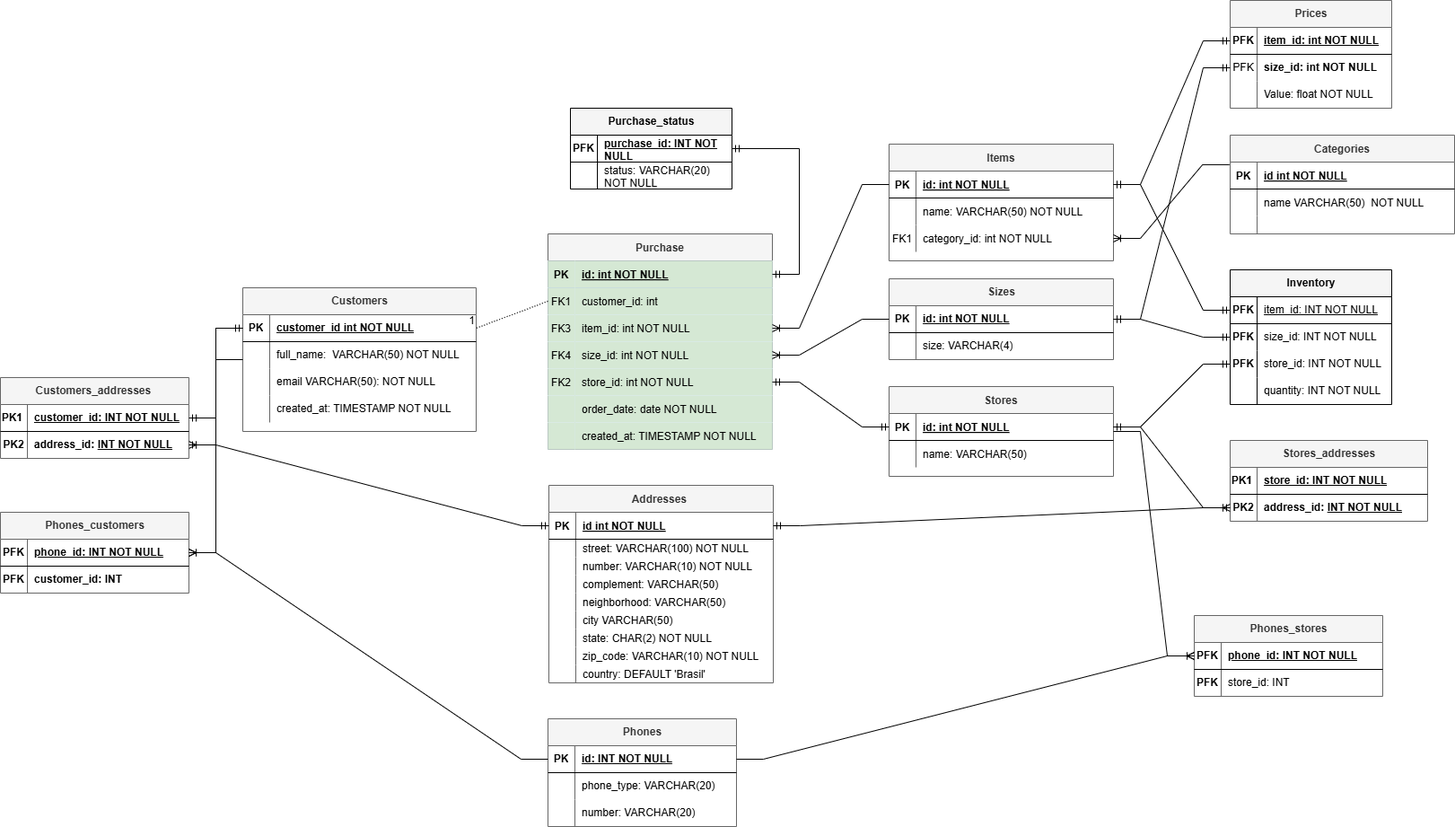
Above: E_commerce_OLTP_schema.png in ruancastro/e-commercy-database (draw.io), before the change. Source tidied: cells renumbered, new cells last; positions are measured from the earlier drawing's top-left corner, leaving out a move shared by most shapes.
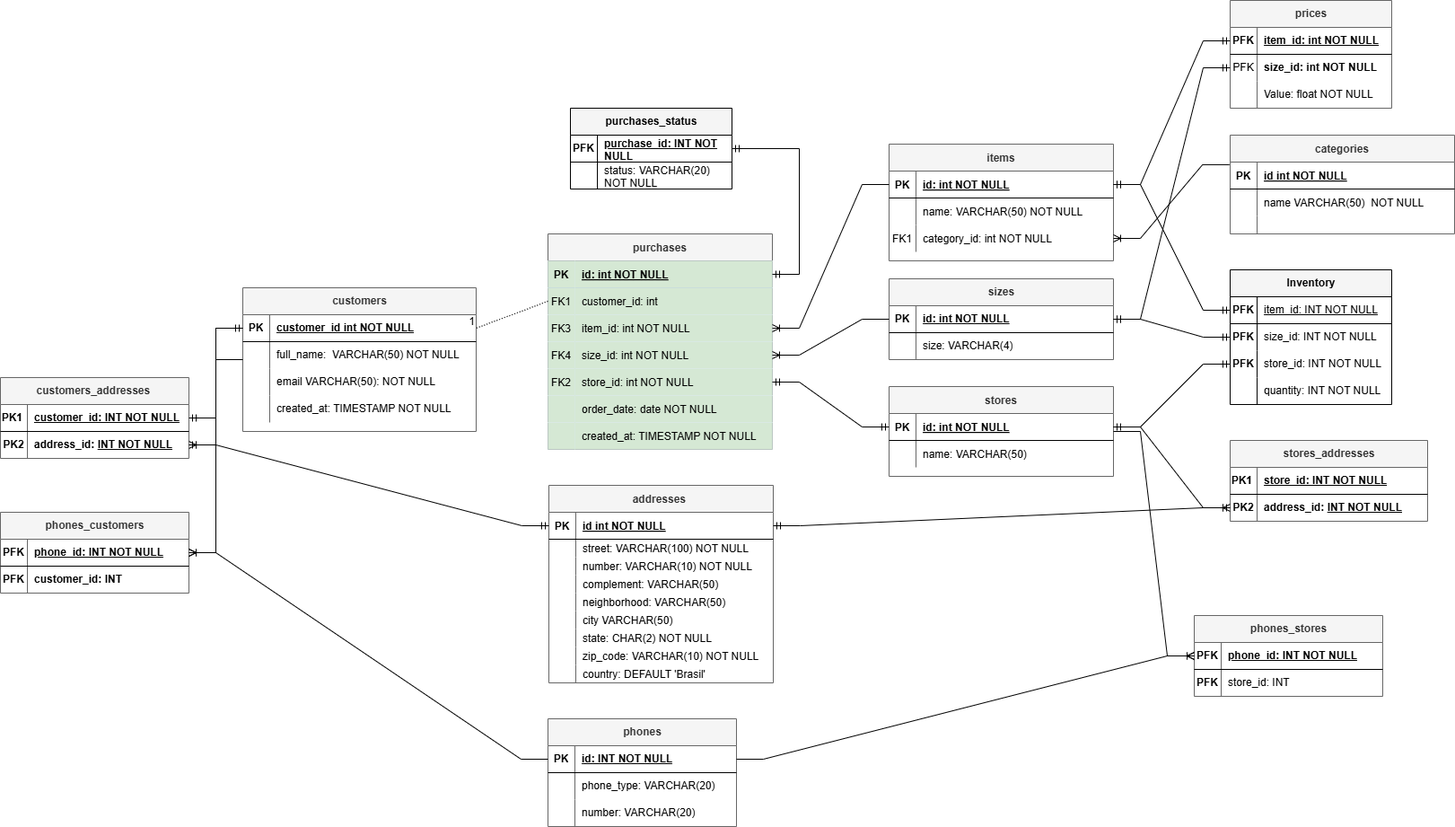
Later version of the same file.

Commit message:
adjusting some names and backpopulates

The edit, as a diff of the source:
```diff
@@ -2,7 +2,7 @@
   <root>
     <mxCell id="0" />
     <mxCell id="1" parent="0" />
-    <mxCell id="2" value="Stores" style="shape=table;startSize=30;rowLines=0;fontStyle=1;align=center;fillColor=#f5f5f5;fontColor=#333333;strokeColor=#666666;" parent="1" vertex="1">
+    <mxCell id="2" value="stores" style="shape=table;startSize=30;rowLines=0;fontStyle=1;align=center;fillColor=#f5f5f5;fontColor=#333333;strokeColor=#666666;" parent="1" vertex="1">
       <mxGeometry x="990" y="430" width="250" height="100" as="geometry" />
     </mxCell>
     <mxCell id="3" style="shape=partialRectangle;fillColor=none;points=[[0,0.5],[1,0.5]];portConstraint=eastwest;top=0;left=0;right=0;bottom=1;" parent="2" vertex="1">
@@ -23,7 +23,7 @@
     <mxCell id="8" value="name: VARCHAR(50)  " style="shape=partialRectangle;overflow=hidden;fillColor=none;top=0;left=0;bottom=0;right=0;align=left;spacingLeft=6;" parent="6" vertex="1">
       <mxGeometry x="30" width="220" height="30" as="geometry" />
     </mxCell>
-    <mxCell id="9" value="Purchase" style="shape=table;startSize=30;rowLines=0;fontStyle=1;align=center;fillColor=#f5f5f5;fontColor=#333333;strokeColor=#666666;" parent="1" vertex="1">
+    <mxCell id="9" value="purchases" style="shape=table;startSize=30;rowLines=0;fontStyle=1;align=center;fillColor=#f5f5f5;fontColor=#333333;strokeColor=#666666;" parent="1" vertex="1">
       <mxGeometry x="610" y="260" width="250" height="240" as="geometry" />
     </mxCell>
     <mxCell id="10" style="shape=partialRectangle;fillColor=#dae8fc;points=[[0,0.5],[1,0.5]];portConstraint=eastwest;top=0;left=0;right=0;bottom=1;strokeColor=#6c8ebf;" parent="9" vertex="1">
@@ -89,7 +89,7 @@
     <mxCell id="30" value="created_at: TIMESTAMP NOT NULL" style="shape=partialRectangle;overflow=hidden;fillColor=#d5e8d4;top=0;left=0;bottom=0;right=0;align=left;spacingLeft=6;strokeColor=#82b366;" parent="28" vertex="1">
       <mxGeometry x="30" width="220" height="30" as="geometry" />
     </mxCell>
-    <mxCell id="31" value="Items" style="shape=table;startSize=30;rowLines=0;fontStyle=1;align=center;fillColor=#f5f5f5;fontColor=#333333;strokeColor=#666666;" parent="1" vertex="1">
+    <mxCell id="31" value="items" style="shape=table;startSize=30;rowLines=0;fontStyle=1;align=center;fillColor=#f5f5f5;fontColor=#333333;strokeColor=#666666;" parent="1" vertex="1">
       <mxGeometry x="990" y="160" width="250" height="130" as="geometry" />
     </mxCell>
     <mxCell id="32" style="shape=partialRectangle;fillColor=none;points=[[0,0.5],[1,0.5]];portConstraint=eastwest;top=0;left=0;right=0;bottom=1;" parent="31" vertex="1">
@@ -119,7 +119,7 @@
     <mxCell id="40" value="category_id: int NOT NULL" style="shape=partialRectangle;overflow=hidden;fillColor=none;top=0;left=0;bottom=0;right=0;align=left;spacingLeft=6;" parent="38" vertex="1">
       <mxGeometry x="30" width="220" height="30" as="geometry" />
     </mxCell>
-    <mxCell id="41" value="Categories" style="shape=table;startSize=30;rowLines=0;fontStyle=1;align=center;fillColor=#f5f5f5;fontColor=#333333;strokeColor=#666666;" parent="1" vertex="1">
+    <mxCell id="41" value="categories" style="shape=table;startSize=30;rowLines=0;fontStyle=1;align=center;fillColor=#f5f5f5;fontColor=#333333;strokeColor=#666666;" parent="1" vertex="1">
       <mxGeometry x="1370" y="150" width="250" height="110" as="geometry" />
     </mxCell>
     <mxCell id="42" style="shape=partialRectangle;fillColor=none;points=[[0,0.5],[1,0.5]];portConstraint=eastwest;top=0;left=0;right=0;bottom=1;" parent="41" vertex="1">
@@ -149,7 +149,7 @@
     <mxCell id="50" style="shape=partialRectangle;overflow=hidden;fillColor=none;top=0;left=0;bottom=0;right=0;align=left;spacingLeft=6;" parent="48" vertex="1">
       <mxGeometry x="30" width="220" height="20" as="geometry" />
     </mxCell>
-    <mxCell id="51" value="Addresses " style="shape=table;startSize=30;rowLines=0;fontStyle=1;align=center;fillColor=#f5f5f5;fontColor=#333333;strokeColor=#666666;" parent="1" vertex="1">
+    <mxCell id="51" value="addresses " style="shape=table;startSize=30;rowLines=0;fontStyle=1;align=center;fillColor=#f5f5f5;fontColor=#333333;strokeColor=#666666;" parent="1" vertex="1">
       <mxGeometry x="611" y="540" width="250" height="220" as="geometry" />
     </mxCell>
     <mxCell id="52" style="shape=partialRectangle;fillColor=none;top=0;left=0;right=0;bottom=1;" parent="51" vertex="1">
@@ -233,7 +233,7 @@
     <mxCell id="78" value="country: DEFAULT 'Brasil'" style="shape=partialRectangle;overflow=hidden;fillColor=none;top=0;left=0;bottom=0;right=0;align=left;spacingLeft=6;" parent="76" vertex="1">
       <mxGeometry x="30" width="220" height="20" as="geometry" />
     </mxCell>
-    <mxCell id="79" value="Customers" style="shape=table;startSize=30;rowLines=0;fontStyle=1;align=center;html=1;fillColor=#f5f5f5;fontColor=#333333;strokeColor=#666666;" parent="1" vertex="1">
+    <mxCell id="79" value="customers" style="shape=table;startSize=30;rowLines=0;fontStyle=1;align=center;html=1;fillColor=#f5f5f5;fontColor=#333333;strokeColor=#666666;" parent="1" vertex="1">
       <mxGeometry x="270" y="320" width="260" height="160" as="geometry" />
     </mxCell>
     <mxCell id="80" style="shape=tableRow;horizontal=0;startSize=0;swimlaneHead=0;swimlaneBody=0;fillColor=none;points=[[0,0.5],[1,0.5]];portConstraint=eastwest;top=0;left=0;right=0;bottom=1;" parent="79" vertex="1">
@@ -278,7 +278,7 @@
     <mxCell id="93" value="1" style="html=1;whiteSpace=wrap;align=right;verticalAlign=bottom;" parent="92" vertex="1">
       <mxGeometry x="1" relative="1" as="geometry" />
     </mxCell>
-    <mxCell id="94" value="Phones_customers" style="shape=table;startSize=30;rowLines=0;fontStyle=1;align=center;html=1;fillColor=#f5f5f5;fontColor=#333333;strokeColor=#666666;" parent="1" vertex="1">
+    <mxCell id="94" value="phones_customers" style="shape=table;startSize=30;rowLines=0;fontStyle=1;align=center;html=1;fillColor=#f5f5f5;fontColor=#333333;strokeColor=#666666;" parent="1" vertex="1">
       <mxGeometry y="570" width="210" height="90" as="geometry" />
     </mxCell>
     <mxCell id="95" style="shape=tableRow;horizontal=0;startSize=0;swimlaneHead=0;swimlaneBody=0;fillColor=none;points=[[0,0.5],[1,0.5]];portConstraint=eastwest;top=0;left=0;right=0;bottom=1;" parent="94" vertex="1">
@@ -302,7 +302,7 @@
     <mxCell id="101" style="edgeStyle=entityRelationEdgeStyle;fontSize=12;html=1;endArrow=ERoneToMany;rounded=0;exitX=-0.003;exitY=0.098;exitDx=0;exitDy=0;exitPerimeter=0;" parent="1" edge="1" source="42" target="38">
       <mxGeometry relative="1" as="geometry" />
     </mxCell>
-    <mxCell id="102" value="Customers_addresses&amp;nbsp;" style="shape=table;startSize=30;rowLines=0;fontStyle=1;align=center;html=1;fillColor=#f5f5f5;fontColor=#333333;strokeColor=#666666;" parent="1" vertex="1">
+    <mxCell id="102" value="customers_addresses&amp;nbsp;" style="shape=table;startSize=30;rowLines=0;fontStyle=1;align=center;html=1;fillColor=#f5f5f5;fontColor=#333333;strokeColor=#666666;" parent="1" vertex="1">
       <mxGeometry y="420" width="210" height="90" as="geometry" />
     </mxCell>
     <mxCell id="103" style="shape=tableRow;horizontal=0;startSize=0;swimlaneHead=0;swimlaneBody=0;fillColor=none;points=[[0,0.5],[1,0.5]];portConstraint=eastwest;top=0;left=0;right=0;bottom=1;" parent="102" vertex="1">
@@ -326,7 +326,7 @@
     <mxCell id="109" style="edgeStyle=entityRelationEdgeStyle;fontSize=12;html=1;endArrow=ERoneToMany;rounded=0;exitX=0;exitY=0.5;exitDx=0;exitDy=0;" parent="1" edge="1" source="80" target="106">
       <mxGeometry relative="1" as="geometry" />
     </mxCell>
-    <mxCell id="110" value="Stores_addresses" style="shape=table;startSize=30;rowLines=0;fontStyle=1;align=center;html=1;fillColor=#f5f5f5;fontColor=#333333;strokeColor=#666666;" parent="1" vertex="1">
+    <mxCell id="110" value="stores_addresses" style="shape=table;startSize=30;rowLines=0;fontStyle=1;align=center;html=1;fillColor=#f5f5f5;fontColor=#333333;strokeColor=#666666;" parent="1" vertex="1">
       <mxGeometry x="1370" y="490" width="220" height="90" as="geometry" />
     </mxCell>
     <mxCell id="111" style="shape=tableRow;horizontal=0;startSize=0;swimlaneHead=0;swimlaneBody=0;fillColor=none;top=0;left=0;right=0;bottom=1;" parent="110" vertex="1">
@@ -356,7 +356,7 @@
     <mxCell id="119" style="edgeStyle=entityRelationEdgeStyle;fontSize=12;html=1;endArrow=ERmandOne;startArrow=ERmandOne;rounded=0;exitX=1;exitY=0.5;exitDx=0;exitDy=0;" parent="1" edge="1" source="54" target="114">
       <mxGeometry relative="1" as="geometry" />
     </mxCell>
-    <mxCell id="120" value="Prices" style="shape=table;startSize=30;rowLines=0;fontStyle=1;align=center;html=1;fillColor=#f5f5f5;fontColor=#333333;strokeColor=#666666;" parent="1" vertex="1">
+    <mxCell id="120" value="prices" style="shape=table;startSize=30;rowLines=0;fontStyle=1;align=center;html=1;fillColor=#f5f5f5;fontColor=#333333;strokeColor=#666666;" parent="1" vertex="1">
       <mxGeometry x="1370" width="180" height="120" as="geometry" />
     </mxCell>
     <mxCell id="121" style="shape=tableRow;horizontal=0;startSize=0;swimlaneHead=0;swimlaneBody=0;fillColor=none;points=[[0,0.5],[1,0.5]];portConstraint=eastwest;top=0;left=0;right=0;bottom=1;" parent="120" vertex="1">
@@ -386,7 +386,7 @@
     <mxCell id="129" value="Value: float NOT NULL" style="shape=partialRectangle;fillColor=none;top=0;left=0;bottom=0;right=0;align=left;spacingLeft=6;overflow=hidden;whiteSpace=wrap;html=1;" parent="127" vertex="1">
       <mxGeometry x="30" width="150" height="30" as="geometry" />
     </mxCell>
-    <mxCell id="130" value="Sizes" style="shape=table;startSize=30;rowLines=0;fontStyle=1;align=center;html=1;fillColor=#f5f5f5;fontColor=#333333;strokeColor=#666666;" parent="1" vertex="1">
+    <mxCell id="130" value="sizes" style="shape=table;startSize=30;rowLines=0;fontStyle=1;align=center;html=1;fillColor=#f5f5f5;fontColor=#333333;strokeColor=#666666;" parent="1" vertex="1">
       <mxGeometry x="990" y="310" width="250" height="90" as="geometry" />
     </mxCell>
     <mxCell id="131" style="shape=tableRow;horizontal=0;startSize=0;swimlaneHead=0;swimlaneBody=0;fillColor=none;points=[[0,0.5],[1,0.5]];portConstraint=eastwest;top=0;left=0;right=0;bottom=1;" parent="130" vertex="1">
@@ -416,7 +416,7 @@
     <mxCell id="139" style="edgeStyle=entityRelationEdgeStyle;fontSize=12;html=1;endArrow=ERmandOne;startArrow=ERmandOne;rounded=0;" parent="1" edge="1" source="32" target="121">
       <mxGeometry relative="1" as="geometry" />
     </mxCell>
-    <mxCell id="140" value="Phones" style="shape=table;startSize=30;rowLines=0;fontStyle=1;align=center;html=1;fillColor=#f5f5f5;fontColor=#333333;strokeColor=#666666;" parent="1" vertex="1">
+    <mxCell id="140" value="phones" style="shape=table;startSize=30;rowLines=0;fontStyle=1;align=center;html=1;fillColor=#f5f5f5;fontColor=#333333;strokeColor=#666666;" parent="1" vertex="1">
       <mxGeometry x="610" y="800" width="210" height="120" as="geometry" />
     </mxCell>
     <mxCell id="141" style="shape=tableRow;horizontal=0;startSize=0;swimlaneHead=0;swimlaneBody=0;fillColor=none;points=[[0,0.5],[1,0.5]];portConstraint=eastwest;top=0;left=0;right=0;bottom=1;" parent="140" vertex="1">
@@ -449,7 +449,7 @@
     <mxCell id="150" style="edgeStyle=entityRelationEdgeStyle;fontSize=12;html=1;endArrow=ERoneToMany;rounded=0;" parent="1" edge="1" source="141" target="95">
       <mxGeometry relative="1" as="geometry" />
     </mxCell>
-    <mxCell id="151" value="Phones_stores" style="shape=table;startSize=30;rowLines=0;fontStyle=1;align=center;html=1;fillColor=#f5f5f5;fontColor=#333333;strokeColor=#666666;" parent="1" vertex="1">
+    <mxCell id="151" value="phones_stores" style="shape=table;startSize=30;rowLines=0;fontStyle=1;align=center;html=1;fillColor=#f5f5f5;fontColor=#333333;strokeColor=#666666;" parent="1" vertex="1">
       <mxGeometry x="1330" y="685" width="210" height="90" as="geometry" />
     </mxCell>
     <mxCell id="152" style="shape=tableRow;horizontal=0;startSize=0;swimlaneHead=0;swimlaneBody=0;fillColor=none;points=[[0,0.5],[1,0.5]];portConstraint=eastwest;top=0;left=0;right=0;bottom=1;" parent="151" vertex="1">
@@ -540,7 +540,7 @@
     <mxCell id="179" style="edgeStyle=entityRelationEdgeStyle;fontSize=12;html=1;endArrow=ERmandOne;startArrow=ERmandOne;rounded=0;" parent="1" edge="1" source="3" target="171">
       <mxGeometry relative="1" as="geometry" />
     </mxCell>
-    <mxCell id="180" value="Purchase_status" style="shape=table;startSize=30;rowLines=0;fontStyle=1;align=center;html=1;fillColor=#F5F5F5;" parent="1" vertex="1">
+    <mxCell id="180" value="purchases_status" style="shape=table;startSize=30;rowLines=0;fontStyle=1;align=center;html=1;fillColor=#F5F5F5;" parent="1" vertex="1">
       <mxGeometry x="635" y="120" width="180" height="90" as="geometry" />
     </mxCell>
     <mxCell id="181" style="shape=tableRow;horizontal=0;startSize=0;swimlaneHead=0;swimlaneBody=0;fillColor=none;points=[[0,0.5],[1,0.5]];portConstraint=eastwest;top=0;left=0;right=0;bottom=1;" parent="180" vertex="1">
```
